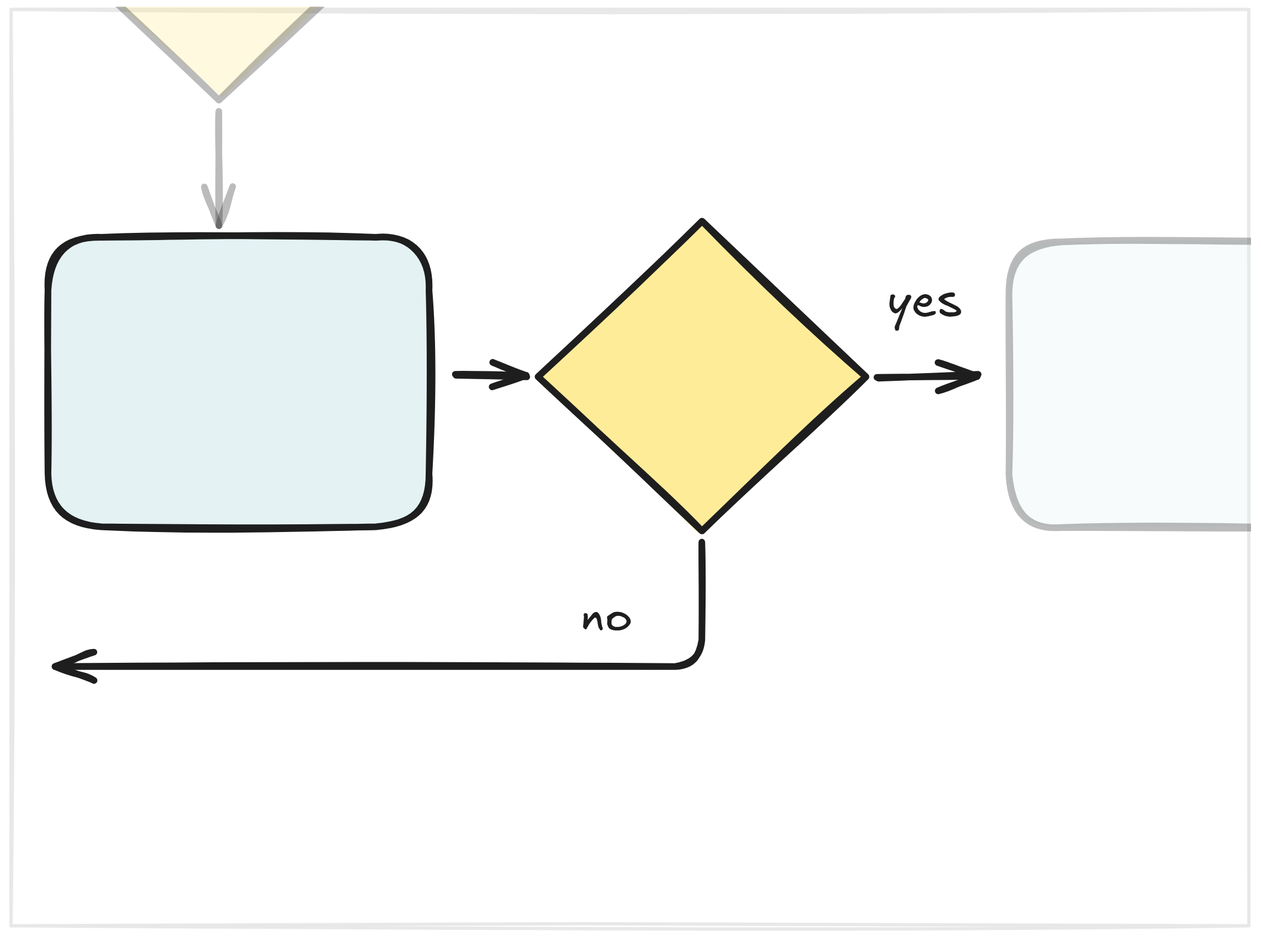
Before: assets/projects/ctr-process-flow/cover.png, a diagram exported from Excalidraw (alinaaleks/alinaaleks.github.io). Source tidied: one line per element, renumbered; positions are measured from the earlier drawing's top-left corner, leaving out a move shared by most shapes. Its diagram source:
```json
{"id": 0, "type": "rectangle", "strokeColor": "#1e1e1e", "strokeWidth": 2, "roughness": 1, "opacity": 10, "x": 0, "y": 132, "width": 747, "height": 554}
{"id": 1, "type": "diamond", "strokeColor": "#1e1e1e", "backgroundColor": "#ffec99", "fillStyle": "solid", "strokeWidth": 4, "roughness": 1, "x": 318, "y": 260, "width": 198, "height": 187}
{"id": 2, "type": "arrow", "strokeColor": "#1e1e1e", "backgroundColor": "#b7413e", "fillStyle": "solid", "strokeWidth": 4, "roughness": 1, "endArrowhead": "arrow", "round": true, "from": 1, "to": 0, "x": 523, "y": 354, "width": 61, "height": 1, "points": [[0, 0], [61, -1]]}
{"id": 3, "type": "arrow", "strokeColor": "#1e1e1e", "backgroundColor": "#ffec99", "fillStyle": "solid", "strokeWidth": 4, "roughness": 1, "endArrowhead": "arrow", "from": 1, "x": 417, "y": 454, "width": 390, "height": 75, "points": [[0, 0], [0, 75], [-390, 75]]}
{"id": 4, "type": "text", "text": "yes", "strokeColor": "#1e1e1e", "backgroundColor": "#ffec99", "fillStyle": "solid", "strokeWidth": 4, "roughness": 1, "fontSize": 28, "fontFamily": 5, "textAlign": "center", "x": 529, "y": 291, "width": 45, "height": 35}
{"id": 5, "type": "text", "text": "no", "strokeColor": "#1e1e1e", "backgroundColor": "#ffec99", "fillStyle": "solid", "strokeWidth": 4, "roughness": 1, "fontSize": 28, "fontFamily": 5, "textAlign": "center", "x": 344, "y": 483, "width": 32, "height": 35}
{"id": 6, "type": "rectangle", "strokeColor": "#1e1e1e", "backgroundColor": "#e4f2f4", "fillStyle": "solid", "strokeWidth": 4, "roughness": 1, "round": true, "x": 22, "y": 270, "width": 230, "height": 175}
{"id": 7, "type": "arrow", "strokeColor": "#1e1e1e", "backgroundColor": "#b7413e", "fillStyle": "solid", "strokeWidth": 4, "roughness": 1, "endArrowhead": "arrow", "round": true, "from": 0, "to": 1, "x": 268, "y": 354, "width": 43, "height": 1, "points": [[0, 0], [43, 1]]}
{"id": 8, "type": "rectangle", "strokeColor": "#1e1e1e", "backgroundColor": "#e4f2f4", "fillStyle": "solid", "strokeWidth": 4, "roughness": 1, "opacity": 30, "round": true, "x": 602, "y": 273, "width": 230, "height": 172}
{"id": 9, "type": "diamond", "strokeColor": "#1e1e1e", "backgroundColor": "#ffec99", "fillStyle": "solid", "strokeWidth": 4, "roughness": 1, "opacity": 30, "x": 27, "y": 0, "width": 198, "height": 187}
{"id": 10, "type": "arrow", "strokeColor": "#1e1e1e", "backgroundColor": "#e4f2f4", "fillStyle": "solid", "strokeWidth": 4, "roughness": 1, "opacity": 30, "endArrowhead": "arrow", "from": 9, "to": 6, "x": 125, "y": 194, "width": 0, "height": 69, "points": [[0, 0], [0, 69]]}
```
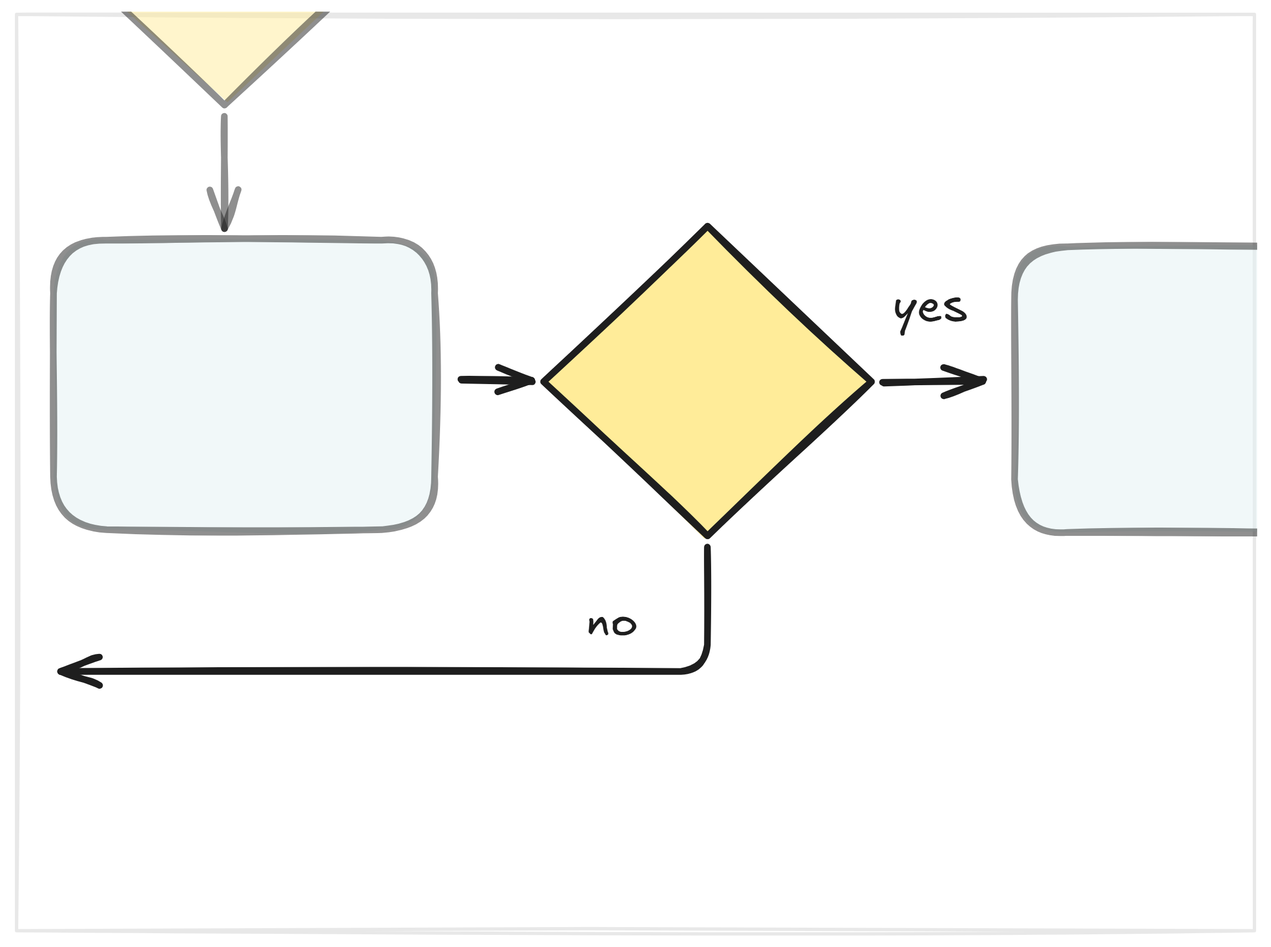
Above is the later version.

The edit, as a diff of the source:
```diff
@@ -4,8 +4,8 @@
 {"id": 3, "type": "arrow", "strokeColor": "#1e1e1e", "backgroundColor": "#ffec99", "fillStyle": "solid", "strokeWidth": 4, "roughness": 1, "endArrowhead": "arrow", "from": 1, "x": 417, "y": 454, "width": 390, "height": 75, "points": [[0, 0], [0, 75], [-390, 75]]}
 {"id": 4, "type": "text", "text": "yes", "strokeColor": "#1e1e1e", "backgroundColor": "#ffec99", "fillStyle": "solid", "strokeWidth": 4, "roughness": 1, "fontSize": 28, "fontFamily": 5, "textAlign": "center", "x": 529, "y": 291, "width": 45, "height": 35}
 {"id": 5, "type": "text", "text": "no", "strokeColor": "#1e1e1e", "backgroundColor": "#ffec99", "fillStyle": "solid", "strokeWidth": 4, "roughness": 1, "fontSize": 28, "fontFamily": 5, "textAlign": "center", "x": 344, "y": 483, "width": 32, "height": 35}
-{"id": 6, "type": "rectangle", "strokeColor": "#1e1e1e", "backgroundColor": "#e4f2f4", "fillStyle": "solid", "strokeWidth": 4, "roughness": 1, "round": true, "x": 22, "y": 270, "width": 230, "height": 175}
+{"id": 6, "type": "rectangle", "strokeColor": "#1e1e1e", "backgroundColor": "#e4f2f4", "fillStyle": "solid", "strokeWidth": 4, "roughness": 1, "opacity": 50, "round": true, "x": 22, "y": 269, "width": 230, "height": 175}
 {"id": 7, "type": "arrow", "strokeColor": "#1e1e1e", "backgroundColor": "#b7413e", "fillStyle": "solid", "strokeWidth": 4, "roughness": 1, "endArrowhead": "arrow", "round": true, "from": 0, "to": 1, "x": 268, "y": 354, "width": 43, "height": 1, "points": [[0, 0], [43, 1]]}
-{"id": 8, "type": "rectangle", "strokeColor": "#1e1e1e", "backgroundColor": "#e4f2f4", "fillStyle": "solid", "strokeWidth": 4, "roughness": 1, "opacity": 30, "round": true, "x": 602, "y": 273, "width": 230, "height": 172}
+{"id": 8, "type": "rectangle", "strokeColor": "#1e1e1e", "backgroundColor": "#e4f2f4", "fillStyle": "solid", "strokeWidth": 4, "roughness": 1, "opacity": 50, "round": true, "x": 602, "y": 273, "width": 230, "height": 172}
-{"id": 9, "type": "diamond", "strokeColor": "#1e1e1e", "backgroundColor": "#ffec99", "fillStyle": "solid", "strokeWidth": 4, "roughness": 1, "opacity": 30, "x": 27, "y": 0, "width": 198, "height": 187}
+{"id": 9, "type": "diamond", "strokeColor": "#1e1e1e", "backgroundColor": "#ffec99", "fillStyle": "solid", "strokeWidth": 4, "roughness": 1, "opacity": 50, "x": 27, "y": 0, "width": 198, "height": 187}
-{"id": 10, "type": "arrow", "strokeColor": "#1e1e1e", "backgroundColor": "#e4f2f4", "fillStyle": "solid", "strokeWidth": 4, "roughness": 1, "opacity": 30, "endArrowhead": "arrow", "from": 9, "to": 6, "x": 125, "y": 194, "width": 0, "height": 69, "points": [[0, 0], [0, 69]]}
+{"id": 10, "type": "arrow", "strokeColor": "#1e1e1e", "backgroundColor": "#e4f2f4", "fillStyle": "solid", "strokeWidth": 4, "roughness": 1, "opacity": 50, "endArrowhead": "arrow", "from": 9, "to": 6, "x": 125, "y": 194, "width": 0, "height": 68, "points": [[0, 0], [0, 68]]}
```
